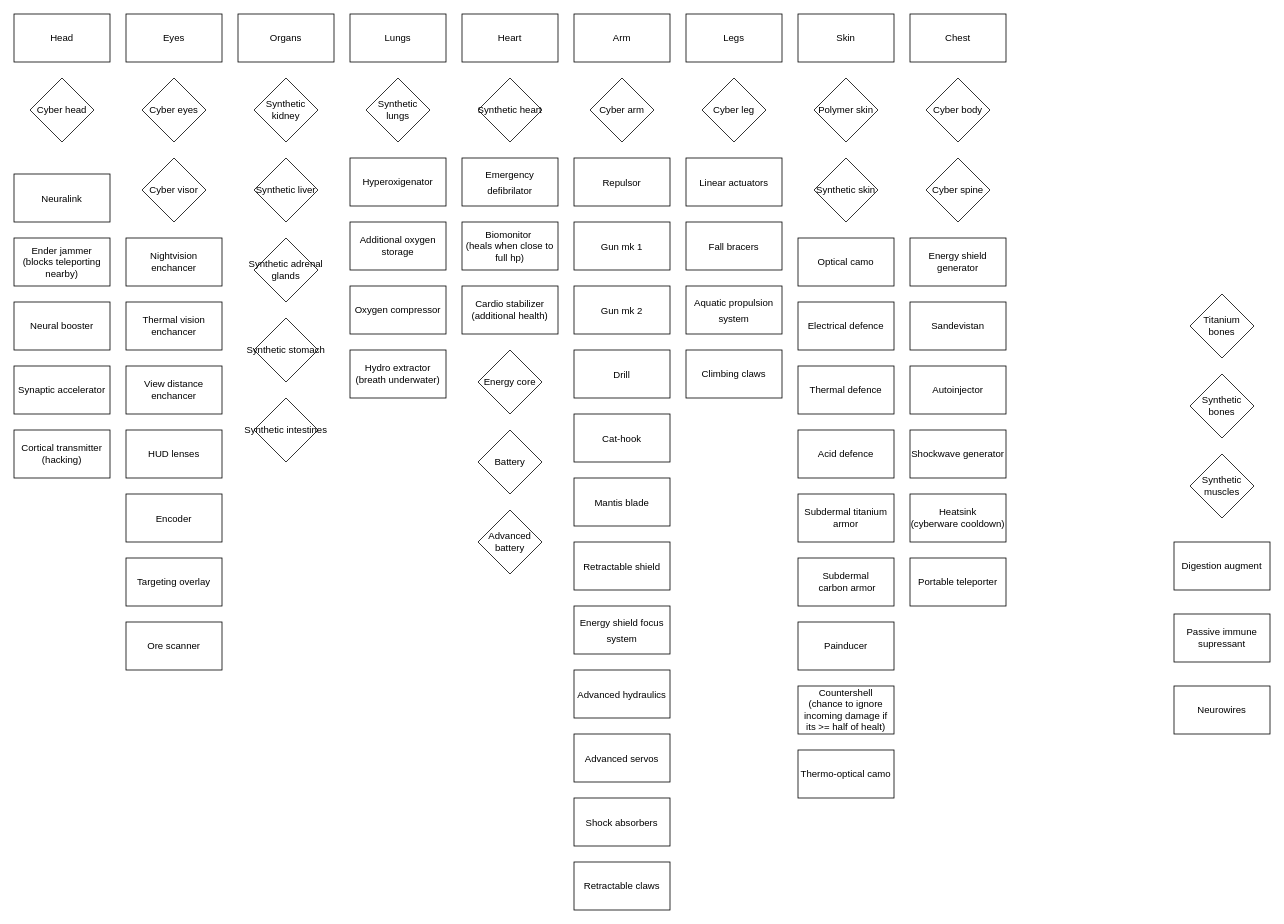
x3rdev/Synchroma keeps this draw.io diagram as page "Cyberware" (9 of 9) of SynchromaProgression.drawio. Above is the earlier version. Source tidied: cells renumbered, new cells numbered last; positions are measured from the earlier drawing's top-left corner, leaving out a move shared by most shapes. Both pictures are drawn from the tidied source at 80%, with x=0, y=0 at pixel (14, 14).
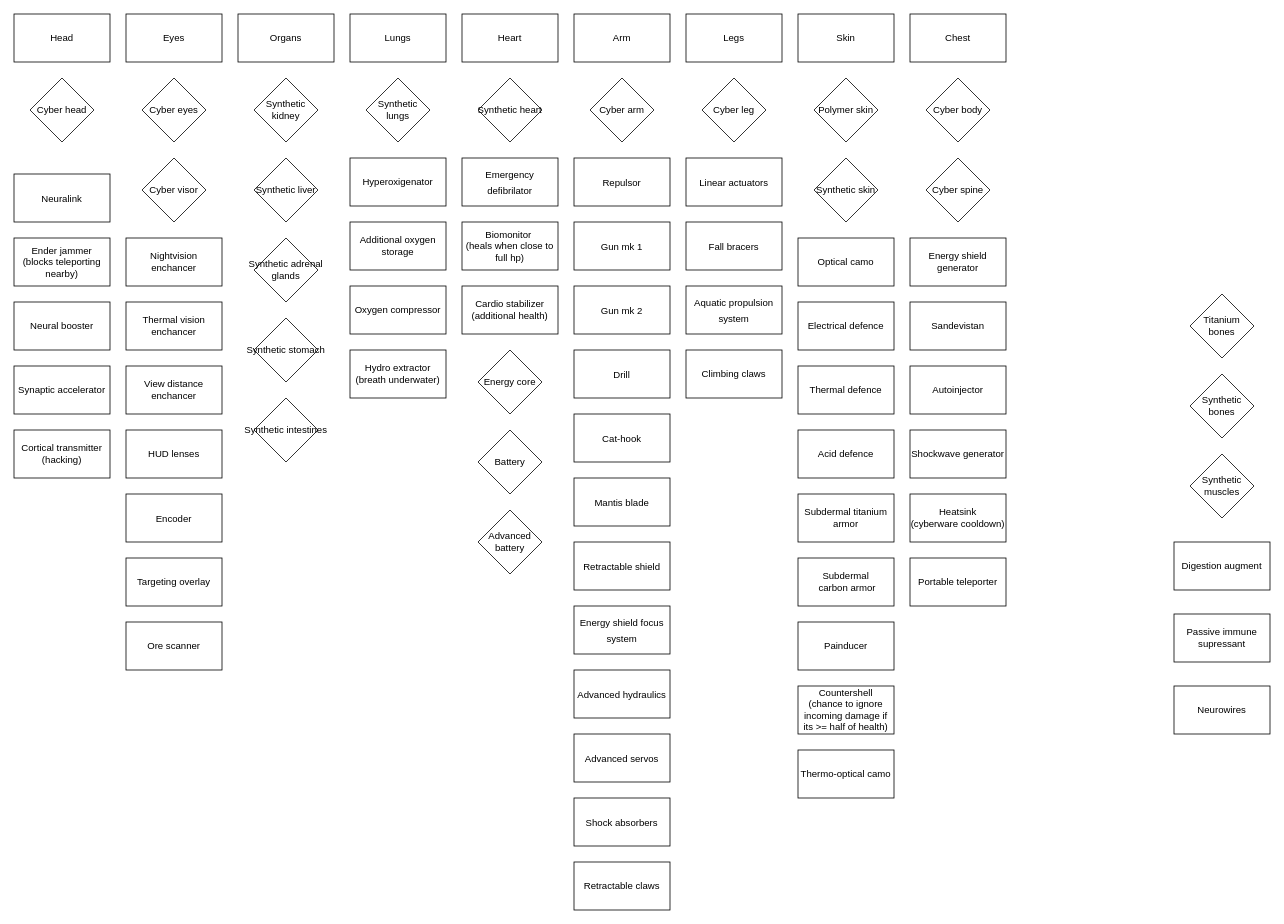
The same diagram, later.

The edit, as a diff of the source:
```diff
@@
-    <mxCell id="60" value="Countershell&lt;br&gt;(chance to ignore incoming damage if its &amp;gt;= half of healt)" style="rounded=0;whiteSpace=wrap;html=1;fontSize=12;" parent="1" vertex="1">
+    <mxCell id="60" value="Countershell&lt;br&gt;(chance to ignore incoming damage if its &amp;gt;= half of health)" style="rounded=0;whiteSpace=wrap;html=1;fontSize=12;" parent="1" vertex="1">
       <mxGeometry x="980" y="840" width="120" height="60" as="geometry" />
     </mxCell>
```
